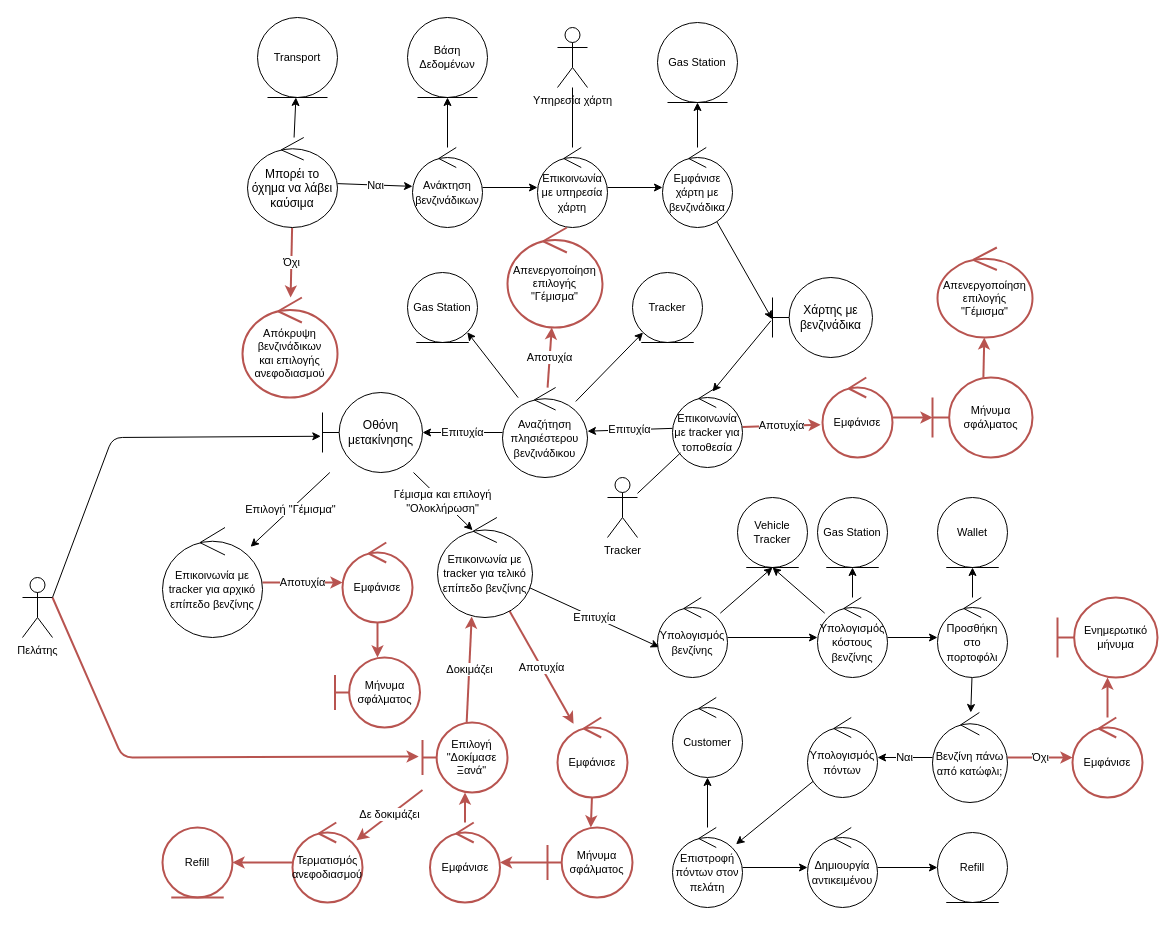
Before: Part_2/Robustness/diagrams/13_Ανεφοδιασμός_Οχήματος.drawio in Nikolis2002/texnoligia_logismikou, a draw.io diagram. Source tidied: cells renumbered, new cells numbered last; positions are measured from the earlier drawing's top-left corner, leaving out a move shared by most shapes. Both pictures are drawn from the tidied source at 100%, with x=0, y=0 at pixel (22, 17).
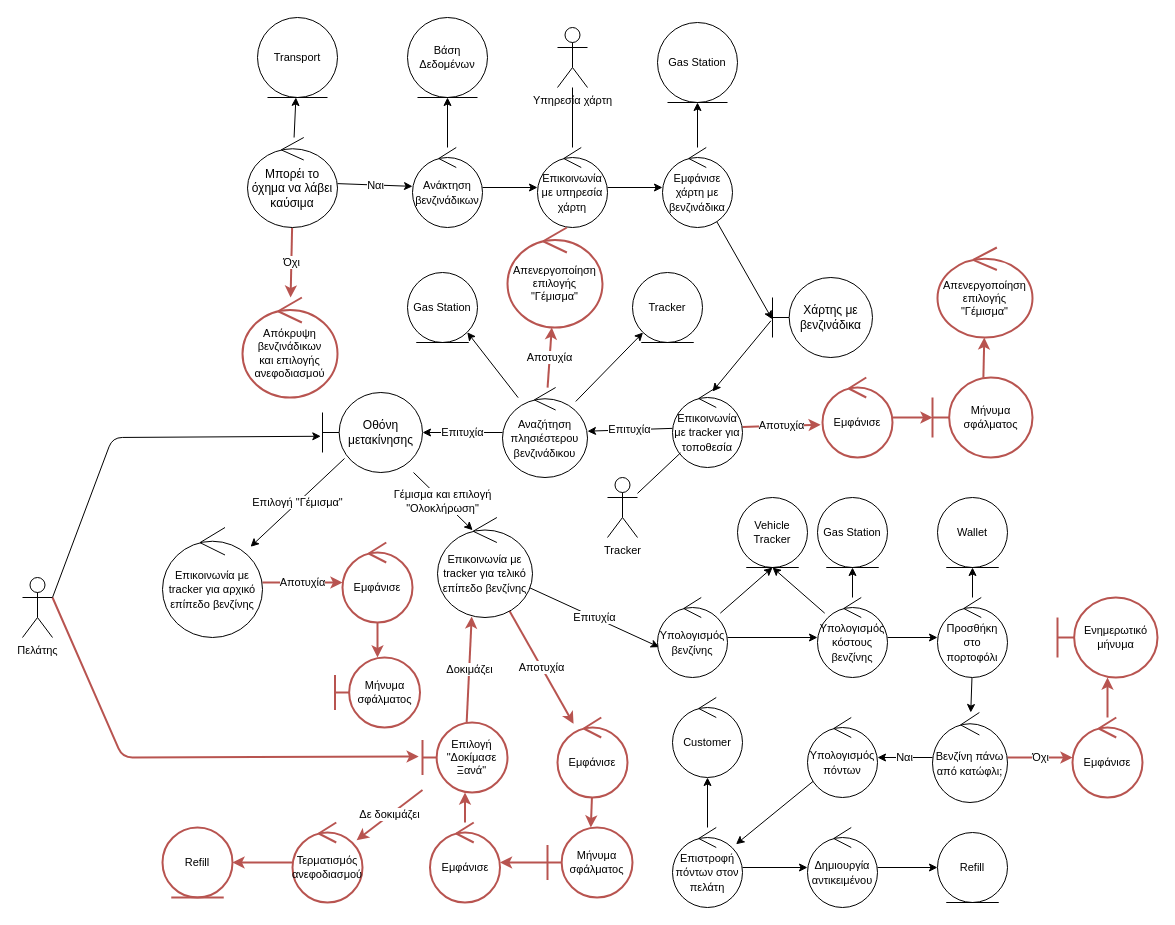
The same diagram, later.

The change refers to these unchanged cells:
```xml
<mxCell id="44" value="Οθόνη μετακίνησης" style="shape=umlBoundary;whiteSpace=wrap;html=1;" parent="1" vertex="1">
  <mxGeometry x="300" y="375" width="100" height="80" as="geometry" />
</mxCell>
<mxCell id="47" value="&lt;font style=&quot;font-size: 11px;&quot;&gt;Επικοινωνία με tracker για αρχικό επίπεδο βενζίνης&lt;/font&gt;" style="ellipse;shape=umlControl;whiteSpace=wrap;html=1;" parent="1" vertex="1">
  <mxGeometry x="140" y="510" width="100" height="110" as="geometry" />
</mxCell>
```

What changed in the source:
```diff
@@
-    <mxCell id="42" value="Επιλογή &quot;Γέμισμα&quot;" style="edgeStyle=none;html=1;" parent="1" edge="1" source="44" target="47">
+    <mxCell id="42" value="Επιλογή &quot;Γέμισμα&quot;" style="edgeStyle=none;html=1;exitX=0.22;exitY=0.825;exitDx=0;exitDy=0;exitPerimeter=0;" parent="1" edge="1" source="44" target="47">
       <mxGeometry relative="1" as="geometry" />
     </mxCell>
```
